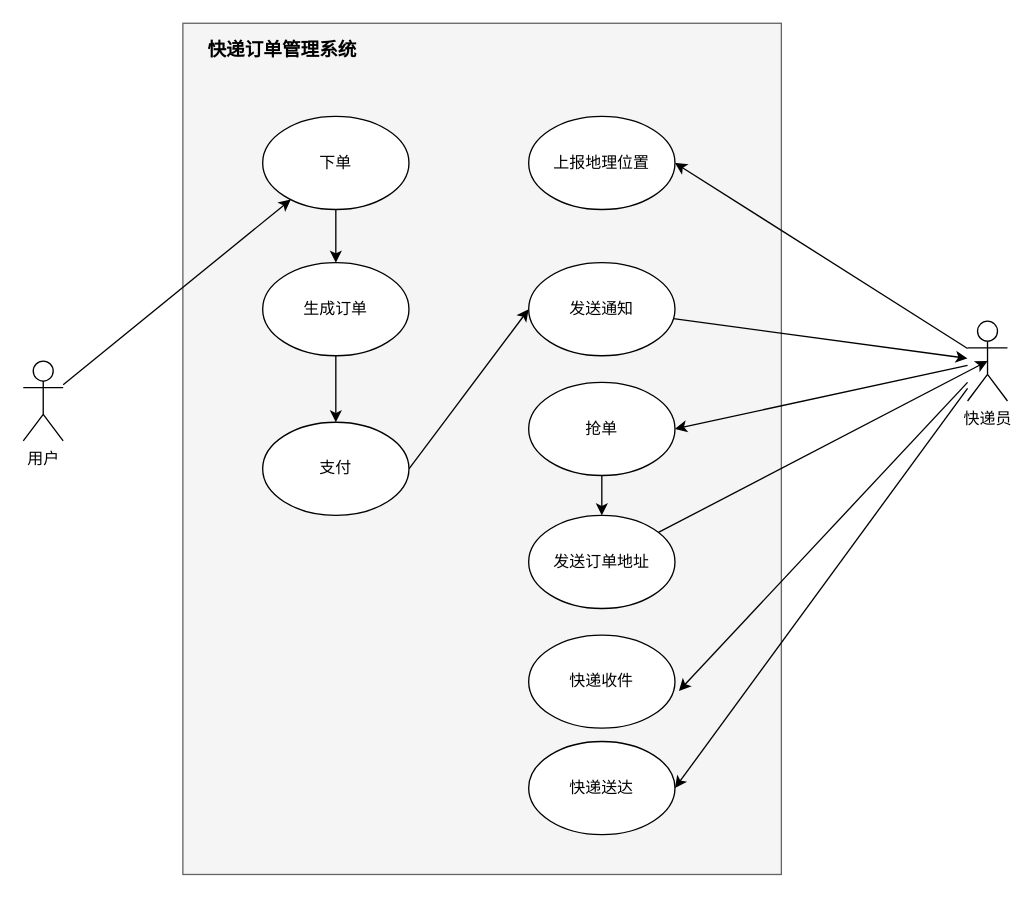
The draw.io diagram page "系统用例图" (1 of 4) of Week_XX/架构师训练营 Week X - 大作业（1）.drawio in SmileRR/Architect-001, before the edit. Source tidied: cells renumbered, new cells numbered last; positions are measured from the earlier drawing's top-left corner, leaving out a move shared by most shapes. Both pictures are drawn from the tidied source at 133%, with x=0, y=0 at pixel (23, 23).
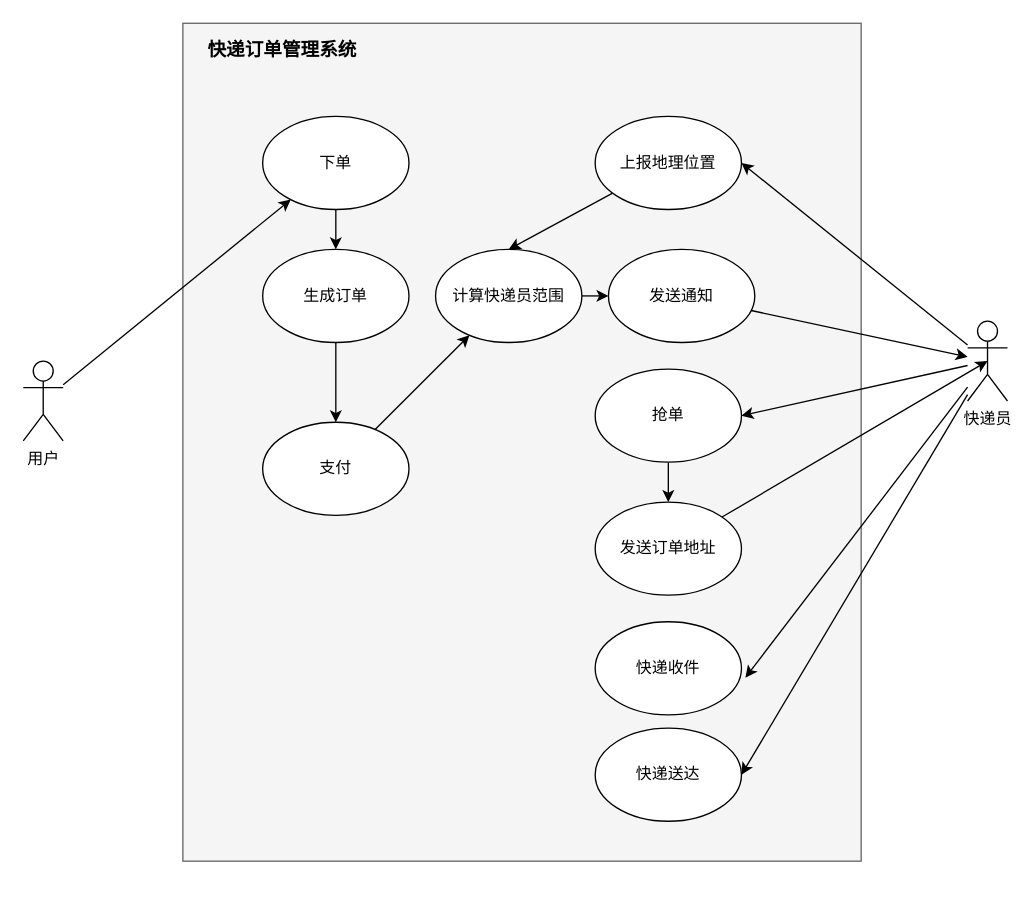
The same diagram, later.

Unchanged cells that the change refers to:
```xml
<mxCell id="23" value="支付" style="ellipse;whiteSpace=wrap;html=1;verticalAlign=middle;align=center;" parent="1" vertex="1">
  <mxGeometry x="180" y="300" width="110" height="70" as="geometry" />
</mxCell>
```

What changed in the source:
```diff
@@
     <mxCell id="2" style="rounded=0;whiteSpace=wrap;html=1;align=center;fillColor=#f5f5f5;strokeColor=#666666;fontColor=#333333;" parent="1" vertex="1">
-      <mxGeometry x="120" width="450" height="640" as="geometry" />
+      <mxGeometry x="120" width="510" height="630" as="geometry" />
     </mxCell>
@@
     <mxCell id="13" value="生成订单" style="ellipse;whiteSpace=wrap;html=1;verticalAlign=middle;align=center;" parent="1" vertex="1">
-      <mxGeometry x="180" y="180" width="110" height="70" as="geometry" />
+      <mxGeometry x="180" y="170" width="110" height="70" as="geometry" />
     </mxCell>
+    <mxCell id="26" style="edgeStyle=none;rounded=0;jettySize=auto;html=1;entryX=0.5;entryY=0;entryDx=0;entryDy=0;fontSize=14;" parent="1" edge="1" source="14" target="29">
+      <mxGeometry relative="1" as="geometry" />
+    </mxCell>
     <mxCell id="14" value="上报地理位置" style="ellipse;whiteSpace=wrap;html=1;verticalAlign=middle;align=center;" parent="1" vertex="1">
-      <mxGeometry x="380" y="70" width="110" height="70" as="geometry" />
+      <mxGeometry x="430" y="70" width="110" height="70" as="geometry" />
     </mxCell>
@@
     <mxCell id="16" value="发送通知" style="ellipse;whiteSpace=wrap;html=1;verticalAlign=middle;align=center;" parent="1" vertex="1">
-      <mxGeometry x="380" y="180" width="110" height="70" as="geometry" />
+      <mxGeometry x="440" y="170" width="110" height="70" as="geometry" />
     </mxCell>
@@
     <mxCell id="18" value="抢单" style="ellipse;whiteSpace=wrap;html=1;verticalAlign=middle;align=center;" parent="1" vertex="1">
-      <mxGeometry x="380" y="270" width="110" height="70" as="geometry" />
+      <mxGeometry x="430" y="260" width="110" height="70" as="geometry" />
     </mxCell>
@@
     <mxCell id="20" value="发送订单地址" style="ellipse;whiteSpace=wrap;html=1;verticalAlign=middle;align=center;" parent="1" vertex="1">
-      <mxGeometry x="380" y="370" width="110" height="70" as="geometry" />
+      <mxGeometry x="430" y="360" width="110" height="70" as="geometry" />
     </mxCell>
     <mxCell id="21" value="快递收件" style="ellipse;whiteSpace=wrap;html=1;verticalAlign=middle;align=center;" parent="1" vertex="1">
-      <mxGeometry x="380" y="460" width="110" height="70" as="geometry" />
+      <mxGeometry x="430" y="450" width="110" height="70" as="geometry" />
     </mxCell>
-    <mxCell id="22" style="edgeStyle=none;rounded=0;jettySize=auto;html=1;entryX=0;entryY=0.5;entryDx=0;entryDy=0;exitX=1;exitY=0.5;exitDx=0;exitDy=0;" parent="1" edge="1" source="23" target="16">
-      <mxGeometry relative="1" as="geometry" />
-    </mxCell>
+    <mxCell id="27" style="edgeStyle=none;rounded=0;jettySize=auto;html=1;strokeColor=#000000;fontSize=14;" parent="1" edge="1" source="23" target="29">
+      <mxGeometry relative="1" as="geometry" />
+    </mxCell>
@@
     <mxCell id="25" value="快递送达" style="ellipse;whiteSpace=wrap;html=1;verticalAlign=middle;align=center;" parent="1" vertex="1">
-      <mxGeometry x="380" y="540" width="110" height="70" as="geometry" />
+      <mxGeometry x="430" y="530" width="110" height="70" as="geometry" />
     </mxCell>
+    <mxCell id="28" style="edgeStyle=none;rounded=0;jettySize=auto;html=1;entryX=0;entryY=0.5;entryDx=0;entryDy=0;strokeColor=#000000;fontSize=14;" parent="1" edge="1" source="29" target="16">
+      <mxGeometry relative="1" as="geometry" />
+    </mxCell>
+    <mxCell id="29" value="计算快递员范围" style="ellipse;whiteSpace=wrap;html=1;verticalAlign=middle;align=center;" parent="1" vertex="1">
+      <mxGeometry x="310" y="170" width="110" height="70" as="geometry" />
+    </mxCell>
```
